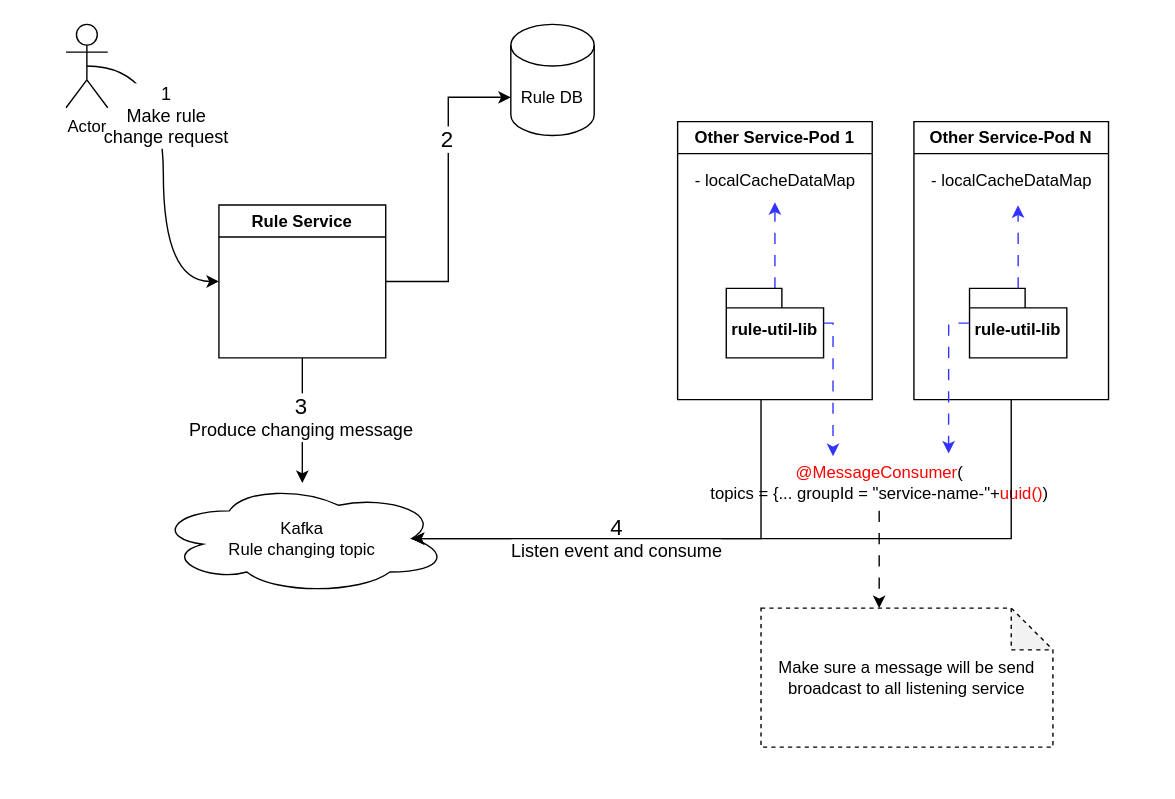
Earlier version of the draw.io diagram rule-events.drawio (lnsbinh/rule-charts). Source tidied: cells renumbered, new cells numbered last; positions are measured from the earlier drawing's top-left corner, leaving out a move shared by most shapes. Both pictures are drawn from the tidied source at 139%, with x=0, y=0 at pixel (65, 24).
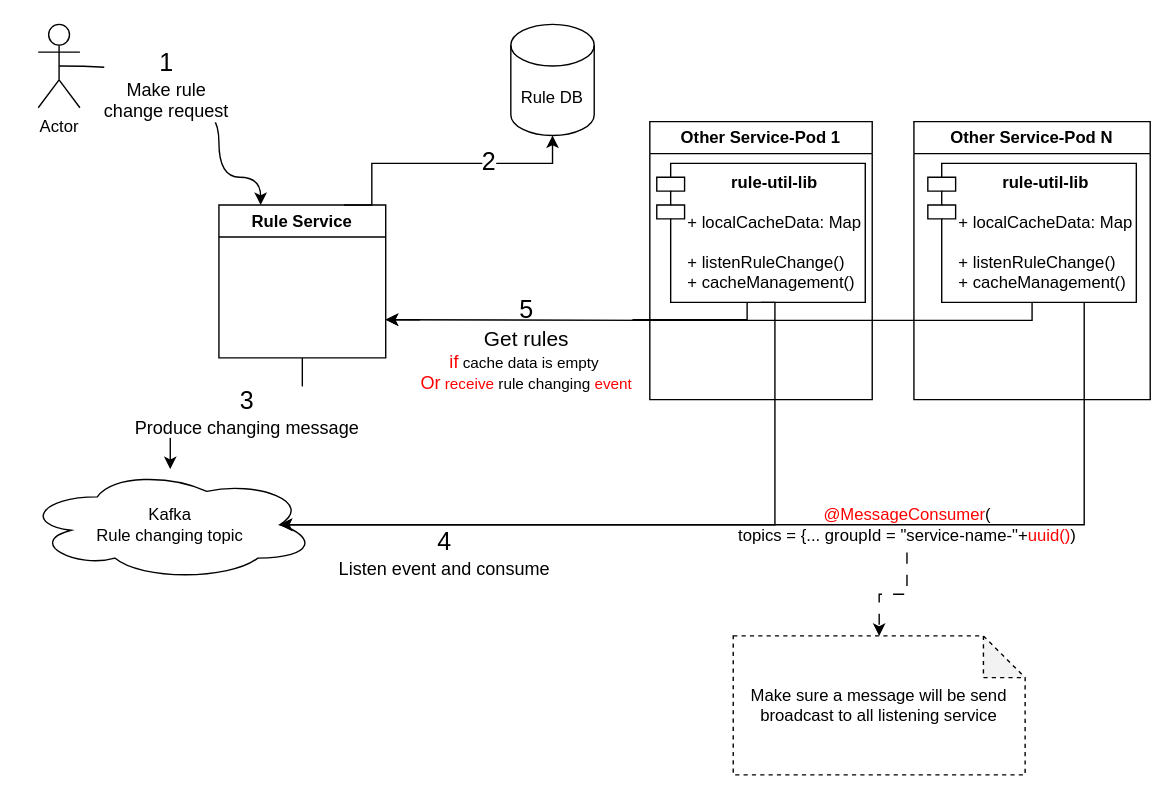
The same page after the edit.

The change refers to these unchanged cells:
```xml
<mxCell id="5" style="edgeStyle=orthogonalEdgeStyle;rounded=0;jettySize=auto;html=1;exitX=0.5;exitY=1;exitDx=0;exitDy=0;" parent="1" edge="1" source="7" target="11">
  <mxGeometry relative="1" as="geometry" />
</mxCell>
<mxCell id="7" value="Rule Service" style="swimlane;whiteSpace=wrap;html=1;" parent="1" vertex="1">
  <mxGeometry x="110" y="130" width="120" height="110" as="geometry" />
</mxCell>
<mxCell id="8" value="Rule DB" style="shape=cylinder3;whiteSpace=wrap;html=1;boundedLbl=1;backgroundOutline=1;size=15;" parent="1" vertex="1">
  <mxGeometry x="320" width="60" height="80" as="geometry" />
</mxCell>
```

The edit, as a diff of the source:
```diff
@@
-    <mxCell id="2" style="edgeStyle=orthogonalEdgeStyle;rounded=0;jettySize=auto;html=1;exitX=0.5;exitY=0.5;exitDx=0;exitDy=0;exitPerimeter=0;entryX=0;entryY=0.5;entryDx=0;entryDy=0;curved=1;" parent="1" edge="1" source="4" target="7">
-      <mxGeometry relative="1" as="geometry" />
+    <mxCell id="2" style="edgeStyle=orthogonalEdgeStyle;rounded=0;jettySize=auto;html=1;exitX=0.5;exitY=0.5;exitDx=0;exitDy=0;exitPerimeter=0;entryX=0.25;entryY=0;entryDx=0;entryDy=0;curved=1;" parent="1" edge="1" source="4" target="7">
+      <mxGeometry relative="1" as="geometry">
+        <Array as="points">
+          <mxPoint x="70" y="30" />
+          <mxPoint x="70" y="60" />
+          <mxPoint x="110" y="60" />
+          <mxPoint x="110" y="110" />
+          <mxPoint x="140" y="110" />
+        </Array>
+      </mxGeometry>
     </mxCell>
-    <mxCell id="3" value="&lt;font style=&quot;font-size: 13px;&quot;&gt;1&lt;br&gt;Make rule&lt;br&gt;change request&lt;/font&gt;" style="edgeLabel;html=1;align=center;verticalAlign=middle;" parent="2" vertex="1">
+    <mxCell id="3" value="&lt;font style=&quot;&quot;&gt;&lt;font style=&quot;font-size: 18px;&quot;&gt;1&lt;/font&gt;&lt;br&gt;&lt;span style=&quot;font-size: 13px;&quot;&gt;Make rule&lt;/span&gt;&lt;br&gt;&lt;span style=&quot;font-size: 13px;&quot;&gt;change request&lt;/span&gt;&lt;/font&gt;" style="edgeLabel;html=1;align=center;verticalAlign=middle;" parent="2" vertex="1">
       <mxGeometry x="-0.28" y="1" relative="1" as="geometry" />
     </mxCell>
     <mxCell id="4" value="Actor" style="shape=umlActor;verticalLabelPosition=bottom;verticalAlign=top;html=1;outlineConnect=0;" parent="1" vertex="1">
-      <mxGeometry width="30" height="60" as="geometry" />
+      <mxGeometry x="-20" width="30" height="60" as="geometry" />
     </mxCell>
@@
-    <mxCell id="6" value="&lt;font style=&quot;font-size: 16px;&quot;&gt;3&lt;/font&gt;&lt;br&gt;&lt;font style=&quot;font-size: 13px;&quot;&gt;Produce changing message&lt;/font&gt;" style="edgeLabel;html=1;align=center;verticalAlign=middle;" parent="5" vertex="1">
+    <mxCell id="6" value="&lt;font style=&quot;font-size: 18px;&quot;&gt;3&lt;/font&gt;&lt;br&gt;&lt;font style=&quot;font-size: 13px;&quot;&gt;Produce changing message&lt;/font&gt;" style="edgeLabel;html=1;align=center;verticalAlign=middle;" parent="5" vertex="1">
       <mxGeometry x="-0.07" y="-2" relative="1" as="geometry" />
     </mxCell>
@@
-    <mxCell id="9" style="edgeStyle=orthogonalEdgeStyle;rounded=0;jettySize=auto;html=1;entryX=0;entryY=0;entryDx=0;entryDy=52.5;entryPerimeter=0;exitX=1;exitY=0.5;exitDx=0;exitDy=0;" parent="1" edge="1" source="7" target="8">
-      <mxGeometry relative="1" as="geometry" />
+    <mxCell id="9" style="edgeStyle=orthogonalEdgeStyle;rounded=0;jettySize=auto;html=1;entryX=0.5;entryY=1;entryDx=0;entryDy=0;entryPerimeter=0;exitX=0.75;exitY=0;exitDx=0;exitDy=0;" parent="1" edge="1" source="7" target="8">
+      <mxGeometry relative="1" as="geometry">
+        <Array as="points">
+          <mxPoint x="220" y="130" />
+          <mxPoint x="220" y="100" />
+          <mxPoint x="350" y="100" />
+        </Array>
+      </mxGeometry>
     </mxCell>
-    <mxCell id="10" value="&lt;font style=&quot;font-size: 16px;&quot;&gt;2&lt;/font&gt;" style="edgeLabel;html=1;align=center;verticalAlign=middle;" parent="9" vertex="1">
+    <mxCell id="10" value="&lt;font style=&quot;font-size: 18px;&quot;&gt;2&lt;/font&gt;" style="edgeLabel;html=1;align=center;verticalAlign=middle;" parent="9" vertex="1">
       <mxGeometry x="0.33" y="2" relative="1" as="geometry" />
     </mxCell>
     <mxCell id="11" value="Kafka&lt;br&gt;Rule changing topic" style="ellipse;shape=cloud;whiteSpace=wrap;html=1;" parent="1" vertex="1">
-      <mxGeometry x="65" y="330" width="210" height="80" as="geometry" />
+      <mxGeometry x="-30" y="320" width="210" height="80" as="geometry" />
     </mxCell>
+    <mxCell id="28" style="edgeStyle=orthogonalEdgeStyle;rounded=0;jettySize=auto;html=1;exitX=0.25;exitY=1;exitDx=0;exitDy=0;entryX=1;entryY=0.75;entryDx=0;entryDy=0;" parent="1" edge="1" source="30" target="7">
+      <mxGeometry relative="1" as="geometry">
+        <Array as="points">
+          <mxPoint x="490" y="150" />
+          <mxPoint x="490" y="213" />
+        </Array>
+      </mxGeometry>
+    </mxCell>
+    <mxCell id="29" value="&lt;font style=&quot;font-size: 18px;&quot;&gt;5&lt;/font&gt;&lt;br&gt;&lt;font style=&quot;font-size: 15px;&quot;&gt;Get rules &lt;/font&gt;&lt;br&gt;&lt;font style=&quot;font-size: 13px;&quot; color=&quot;#ff0000&quot;&gt;if&lt;/font&gt; cache data is empty&amp;nbsp;&lt;br&gt;&lt;font color=&quot;#ff0000&quot; style=&quot;font-size: 13px;&quot;&gt;Or&lt;/font&gt; &lt;font color=&quot;#ff0000&quot;&gt;receive &lt;/font&gt;rule changing &lt;font color=&quot;#ff0000&quot;&gt;event&lt;/font&gt;" style="edgeLabel;html=1;align=center;verticalAlign=middle;" parent="28" vertex="1">
+      <mxGeometry x="0.1" relative="1" as="geometry">
+        <mxPoint x="-80" y="18" as="offset" />
+      </mxGeometry>
+    </mxCell>
     <mxCell id="12" value="Other Service-Pod 1" style="swimlane;whiteSpace=wrap;html=1;startSize=23;" parent="1" vertex="1">
-      <mxGeometry x="440" y="70" width="140" height="200" as="geometry" />
+      <mxGeometry x="420" y="70" width="160" height="200" as="geometry" />
     </mxCell>
-    <mxCell id="13" value="- localCacheDataMap" style="text;html=1;align=center;verticalAlign=middle;points=[];strokeColor=none;fillColor=none;" parent="12" vertex="1">
-      <mxGeometry y="28" width="140" height="30" as="geometry" />
-    </mxCell>
-    <mxCell id="14" style="edgeStyle=orthogonalEdgeStyle;rounded=0;jettySize=auto;html=1;dashed=1;dashPattern=8 8;strokeColor=#3333FF;" parent="12" edge="1" source="15" target="13">
-      <mxGeometry relative="1" as="geometry" />
-    </mxCell>
-    <mxCell id="15" value="rule-util-lib" style="shape=folder;fontStyle=1;spacingTop=10;tabWidth=40;tabHeight=14;tabPosition=left;html=1;whiteSpace=wrap;" parent="12" vertex="1">
-      <mxGeometry x="35" y="120" width="70" height="50" as="geometry" />
-    </mxCell>
+    <mxCell id="30" value="&lt;span style=&quot;font-weight: 700;&quot;&gt;rule-util-lib&lt;/span&gt;&lt;div style=&quot;text-align: left;&quot;&gt;&lt;span style=&quot;text-align: center; text-wrap: nowrap;&quot;&gt;&lt;br&gt;+ localCacheData: Map&lt;br&gt;&lt;/span&gt;&lt;br&gt;&lt;/div&gt;&lt;div style=&quot;text-align: left;&quot;&gt;+ listenRuleChange()&lt;/div&gt;&lt;div style=&quot;text-align: left;&quot;&gt;+ cacheManagement()&lt;/div&gt;&lt;div style=&quot;text-align: left;&quot;&gt;&lt;br&gt;&lt;/div&gt;" style="shape=module;align=left;spacingLeft=20;align=center;verticalAlign=top;whiteSpace=wrap;html=1;" parent="12" vertex="1">
+      <mxGeometry x="5" y="30" width="150" height="100" as="geometry" />
+    </mxCell>
-    <mxCell id="16" style="edgeStyle=orthogonalEdgeStyle;rounded=0;jettySize=auto;html=1;entryX=0.875;entryY=0.5;entryDx=0;entryDy=0;entryPerimeter=0;" parent="1" edge="1" source="12" target="11">
+    <mxCell id="16" style="edgeStyle=orthogonalEdgeStyle;rounded=0;jettySize=auto;html=1;entryX=0.875;entryY=0.5;entryDx=0;entryDy=0;entryPerimeter=0;exitX=0.5;exitY=1;exitDx=0;exitDy=0;" parent="1" edge="1" source="30" target="11">
       <mxGeometry relative="1" as="geometry">
         <Array as="points">
-          <mxPoint x="500" y="370" />
+          <mxPoint x="510" y="200" />
+          <mxPoint x="510" y="360" />
         </Array>
       </mxGeometry>
     </mxCell>
-    <mxCell id="17" value="&lt;font style=&quot;&quot;&gt;&lt;span style=&quot;font-size: 16px;&quot;&gt;4&lt;/span&gt;&lt;br&gt;&lt;font style=&quot;font-size: 13px;&quot;&gt;Listen event and consume&lt;/font&gt;&lt;/font&gt;" style="edgeLabel;html=1;align=center;verticalAlign=middle;" parent="16" vertex="1">
-      <mxGeometry x="0.17" y="-1" relative="1" as="geometry" />
+    <mxCell id="17" value="&lt;font style=&quot;&quot;&gt;&lt;font style=&quot;font-size: 18px;&quot;&gt;4&lt;/font&gt;&lt;br&gt;&lt;font style=&quot;font-size: 13px;&quot;&gt;Listen event and consume&lt;/font&gt;&lt;/font&gt;" style="edgeLabel;html=1;align=center;verticalAlign=middle;" parent="16" vertex="1">
+      <mxGeometry x="0.17" y="-1" relative="1" as="geometry">
+        <mxPoint x="-101" y="21" as="offset" />
+      </mxGeometry>
     </mxCell>
-    <mxCell id="18" value="&lt;font color=&quot;#ff0000&quot;&gt;@MessageConsumer&lt;/font&gt;(&lt;br&gt;topics = {... groupId = &quot;service-name-&quot;+&lt;font color=&quot;#ff0000&quot;&gt;uuid()&lt;/font&gt;)" style="text;html=1;align=center;verticalAlign=middle;points=[];strokeColor=none;fillColor=none;" parent="1" vertex="1">
-      <mxGeometry x="450" y="310" width="270" height="40" as="geometry" />
-    </mxCell>
     <mxCell id="19" value="Other Service-Pod N" style="swimlane;whiteSpace=wrap;html=1;startSize=23;" parent="1" vertex="1">
-      <mxGeometry x="610" y="70" width="140" height="200" as="geometry" />
+      <mxGeometry x="610" y="70" width="170" height="200" as="geometry" />
     </mxCell>
-    <mxCell id="20" value="- localCacheDataMap" style="text;html=1;align=center;verticalAlign=middle;points=[];strokeColor=none;fillColor=none;" parent="19" vertex="1">
-      <mxGeometry y="28" width="140" height="30" as="geometry" />
-    </mxCell>
-    <mxCell id="21" value="rule-util-lib" style="shape=folder;fontStyle=1;spacingTop=10;tabWidth=40;tabHeight=14;tabPosition=left;html=1;whiteSpace=wrap;" parent="19" vertex="1">
-      <mxGeometry x="40" y="120" width="70" height="50" as="geometry" />
-    </mxCell>
-    <mxCell id="22" style="edgeStyle=orthogonalEdgeStyle;rounded=0;jettySize=auto;html=1;entryX=0.535;entryY=1.073;entryDx=0;entryDy=0;entryPerimeter=0;dashed=1;dashPattern=8 8;strokeColor=#3333FF;" parent="19" edge="1" source="21" target="20">
-      <mxGeometry relative="1" as="geometry" />
-    </mxCell>
-    <mxCell id="23" style="edgeStyle=orthogonalEdgeStyle;rounded=0;jettySize=auto;html=1;entryX=0.875;entryY=0.5;entryDx=0;entryDy=0;entryPerimeter=0;" parent="1" edge="1" source="19" target="11">
-      <mxGeometry relative="1" as="geometry">
-        <Array as="points">
-          <mxPoint x="680" y="370" />
-        </Array>
-      </mxGeometry>
-    </mxCell>
-    <mxCell id="24" style="edgeStyle=orthogonalEdgeStyle;rounded=0;jettySize=auto;html=1;entryX=0.377;entryY=0.017;entryDx=0;entryDy=0;entryPerimeter=0;dashed=1;dashPattern=8 8;strokeColor=#3333FF;" parent="1" edge="1" source="15" target="18">
-      <mxGeometry relative="1" as="geometry">
-        <Array as="points">
-          <mxPoint x="552" y="215" />
-        </Array>
-      </mxGeometry>
-    </mxCell>
-    <mxCell id="25" style="edgeStyle=orthogonalEdgeStyle;rounded=0;jettySize=auto;html=1;entryX=0.685;entryY=-0.031;entryDx=0;entryDy=0;entryPerimeter=0;dashed=1;dashPattern=8 8;strokeColor=#3333FF;" parent="1" edge="1" source="21" target="18">
-      <mxGeometry relative="1" as="geometry">
-        <Array as="points">
-          <mxPoint x="635" y="215" />
-        </Array>
-      </mxGeometry>
-    </mxCell>
+    <mxCell id="31" value="&lt;span style=&quot;font-weight: 700;&quot;&gt;rule-util-lib&lt;/span&gt;&lt;div style=&quot;text-align: left;&quot;&gt;&lt;span style=&quot;text-align: center; text-wrap: nowrap;&quot;&gt;&lt;br&gt;&lt;/span&gt;&lt;/div&gt;&lt;div style=&quot;text-align: left;&quot;&gt;&lt;span style=&quot;text-align: center; text-wrap: nowrap;&quot;&gt;+ localCacheData: Map&lt;br&gt;&lt;/span&gt;&lt;br&gt;&lt;div&gt;+ listenRuleChange()&lt;/div&gt;&lt;div&gt;+ cacheManagement()&lt;/div&gt;&lt;/div&gt;" style="shape=module;align=left;spacingLeft=20;align=center;verticalAlign=top;whiteSpace=wrap;html=1;" parent="19" vertex="1">
+      <mxGeometry x="10" y="30" width="150" height="100" as="geometry" />
+    </mxCell>
     <mxCell id="26" value="Make sure a message will be send broadcast to all listening service" style="shape=note;whiteSpace=wrap;html=1;backgroundOutline=1;darkOpacity=0.05;dashed=1;" parent="1" vertex="1">
-      <mxGeometry x="500" y="420" width="210" height="100" as="geometry" />
+      <mxGeometry x="480" y="440" width="210" height="100" as="geometry" />
     </mxCell>
-    <mxCell id="27" style="edgeStyle=orthogonalEdgeStyle;rounded=0;jettySize=auto;html=1;dashed=1;dashPattern=8 8;" parent="1" edge="1" source="18">
-      <mxGeometry relative="1" as="geometry">
-        <mxPoint x="585" y="420" as="targetPoint" />
-        <Array as="points">
-          <mxPoint x="585" y="420" />
-        </Array>
-      </mxGeometry>
+    <mxCell id="27" style="edgeStyle=orthogonalEdgeStyle;rounded=0;jettySize=auto;html=1;dashed=1;dashPattern=8 8;" parent="1" edge="1" source="18" target="26">
+      <mxGeometry relative="1" as="geometry" />
     </mxCell>
+    <mxCell id="32" style="edgeStyle=orthogonalEdgeStyle;rounded=0;jettySize=auto;html=1;exitX=0.5;exitY=1;exitDx=0;exitDy=0;entryX=1;entryY=0.75;entryDx=0;entryDy=0;" parent="1" edge="1" source="31" target="7">
+      <mxGeometry relative="1" as="geometry">
+        <Array as="points">
+          <mxPoint x="695" y="213" />
+          <mxPoint x="425" y="213" />
+        </Array>
+      </mxGeometry>
+    </mxCell>
+    <mxCell id="33" style="edgeStyle=orthogonalEdgeStyle;rounded=0;jettySize=auto;html=1;exitX=0.75;exitY=1;exitDx=0;exitDy=0;entryX=0.875;entryY=0.5;entryDx=0;entryDy=0;entryPerimeter=0;" parent="1" edge="1" source="31" target="11">
+      <mxGeometry relative="1" as="geometry">
+        <Array as="points">
+          <mxPoint x="733" y="360" />
+        </Array>
+      </mxGeometry>
+    </mxCell>
+    <mxCell id="18" value="&lt;font color=&quot;#ff0000&quot;&gt;@MessageConsumer&lt;/font&gt;(&lt;br&gt;topics = {... groupId = &quot;service-name-&quot;+&lt;font color=&quot;#ff0000&quot;&gt;uuid()&lt;/font&gt;)" style="text;html=1;align=center;verticalAlign=middle;points=[];strokeColor=none;fillColor=none;" parent="1" vertex="1">
+      <mxGeometry x="470" y="340" width="270" height="40" as="geometry" />
+    </mxCell>
```
